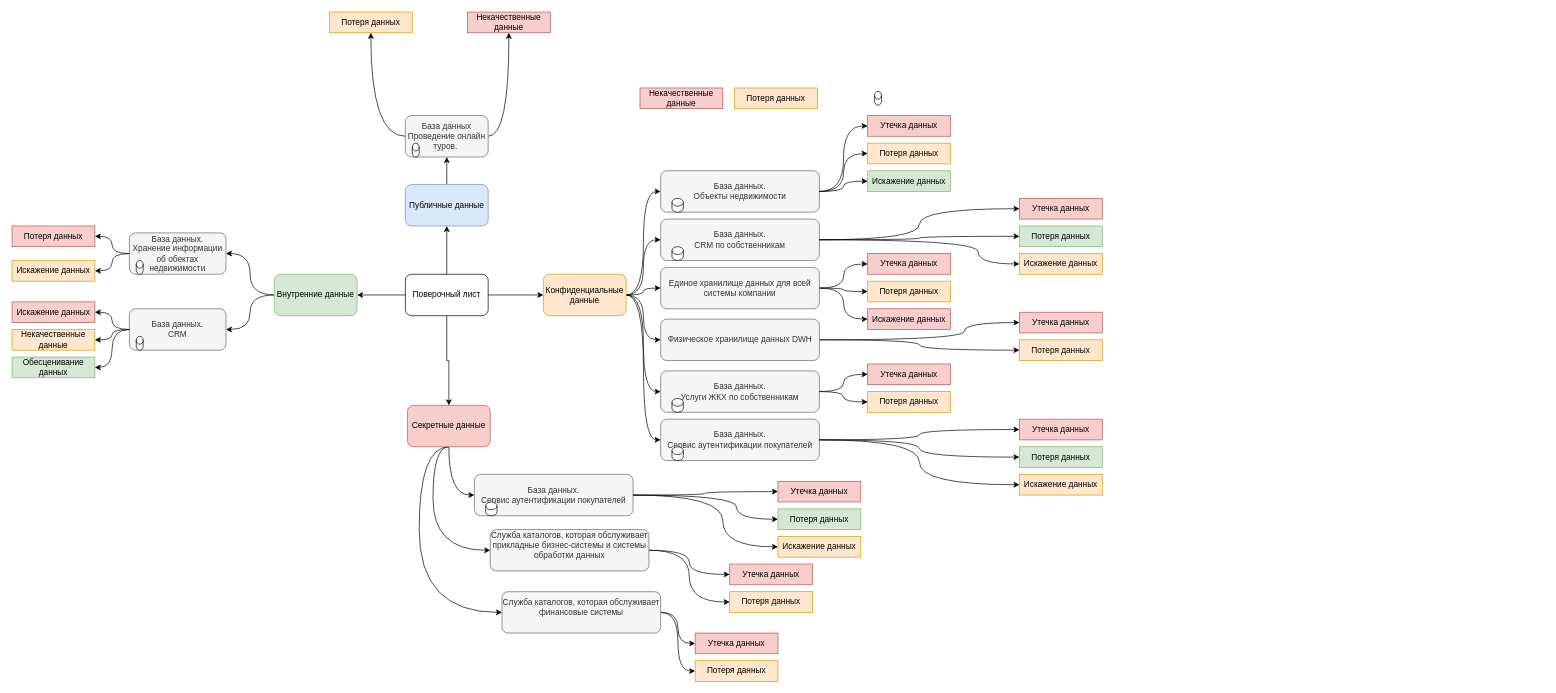
Earlier version of the draw.io diagram Task1/CheckUpList.drawio (sgladkovsky/architecture-propdevelopment). Source tidied: cells renumbered, new cells numbered last; positions are measured from the earlier drawing's top-left corner, leaving out a move shared by most shapes. Both pictures are drawn from the tidied source at 69%, with x=0, y=0 at pixel (12, 12).
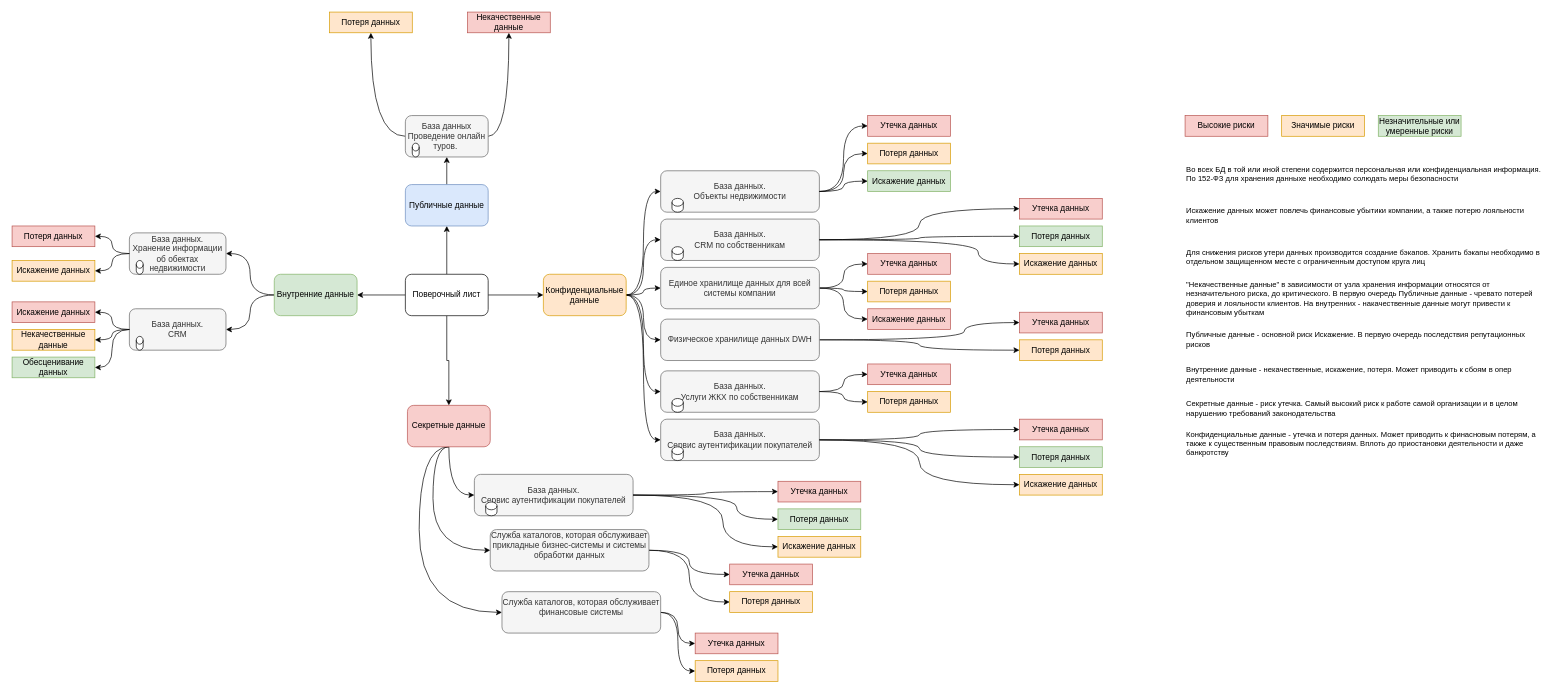
After the change.

Change to the diagram source:
```diff
@@
-    <mxCell id="25" style="shape=cylinder3;whiteSpace=wrap;html=1;boundedLbl=1;backgroundOutline=1;size=5.66668701171875;" parent="1" vertex="1">
-      <mxGeometry x="1250" y="115" width="10" height="20" as="geometry" />
-    </mxCell>
@@
-    <mxCell id="33" value="Потеря данных" style="rounded=0;whiteSpace=wrap;html=1;fillColor=#ffe6cc;strokeColor=#d79b00;" parent="1" vertex="1">
-      <mxGeometry x="1047" y="110" width="120" height="30" as="geometry" />
+    <mxCell id="33" value="Значимые риски" style="rounded=0;whiteSpace=wrap;html=1;fillColor=#ffe6cc;strokeColor=#d79b00;" parent="1" vertex="1">
+      <mxGeometry x="1840" y="150" width="120" height="30" as="geometry" />
     </mxCell>
@@
-    <mxCell id="35" value="Некачественные данные" style="rounded=0;whiteSpace=wrap;html=1;fillColor=#f8cecc;strokeColor=#b85450;" parent="1" vertex="1">
-      <mxGeometry x="910" y="110" width="120" height="30" as="geometry" />
+    <mxCell id="35" value="Высокие риски" style="rounded=0;whiteSpace=wrap;html=1;fillColor=#f8cecc;strokeColor=#b85450;" parent="1" vertex="1">
+      <mxGeometry x="1700" y="150" width="120" height="30" as="geometry" />
     </mxCell>
@@
+    <mxCell id="114" value="Незначительные или умеренные риски" style="rounded=0;whiteSpace=wrap;html=1;fillColor=#d5e8d4;strokeColor=#82b366;" parent="1" vertex="1">
+      <mxGeometry x="1980" y="150" width="120" height="30" as="geometry" />
+    </mxCell>
+    <mxCell id="115" value="Во всех БД в той или иной степени содержится персональная или конфиденциальная информация. По 152-ФЗ для хранения данныхе необходимо солюдать меры безопасности" style="text;html=1;align=left;verticalAlign=middle;whiteSpace=wrap;rounded=0;fontFamily=Helvetica;fontSize=11;fontColor=default;labelBackgroundColor=default;" parent="1" vertex="1">
+      <mxGeometry x="1700" y="220" width="520" height="30" as="geometry" />
+    </mxCell>
+    <mxCell id="116" value="Искажение данных может повлечь финансовые убытики компании, а также потерю лояльности клиентов" style="text;html=1;align=left;verticalAlign=middle;whiteSpace=wrap;rounded=0;fontFamily=Helvetica;fontSize=11;fontColor=default;labelBackgroundColor=default;" parent="1" vertex="1">
+      <mxGeometry x="1700" y="280" width="520" height="30" as="geometry" />
+    </mxCell>
+    <mxCell id="117" value="Для снижения рисков утери данных производится создание бэкапов. Хранить бэкапы необходимо в отдельном защищенном месте с ограниченным доступом круга лиц" style="text;html=1;align=left;verticalAlign=middle;whiteSpace=wrap;rounded=0;fontFamily=Helvetica;fontSize=11;fontColor=default;labelBackgroundColor=default;" parent="1" vertex="1">
+      <mxGeometry x="1700" y="340" width="520" height="30" as="geometry" />
+    </mxCell>
+    <mxCell id="118" value="&quot;Некачественные данные&quot; в зависимости от узла хранения информации относятся от незначительного риска, до критического. В первую очередь Публичные данные - чревато потерей доверия и лояльности клиентов. На внутренних - накачественные данные могут привести к финансовым убыткам" style="text;html=1;align=left;verticalAlign=middle;whiteSpace=wrap;rounded=0;fontFamily=Helvetica;fontSize=11;fontColor=default;labelBackgroundColor=default;" parent="1" vertex="1">
+      <mxGeometry x="1700" y="400" width="520" height="30" as="geometry" />
+    </mxCell>
+    <mxCell id="119" value="Публичные данные - основной риск Искажение. В первую очередь последствия репутационных рисков" style="text;html=1;align=left;verticalAlign=middle;whiteSpace=wrap;rounded=0;fontFamily=Helvetica;fontSize=11;fontColor=default;labelBackgroundColor=default;" parent="1" vertex="1">
+      <mxGeometry x="1700" y="460" width="520" height="30" as="geometry" />
+    </mxCell>
+    <mxCell id="120" value="Внутренние данные - некачественные, искажение, потеря. Может приводить к сбоям в опер деятельности" style="text;html=1;align=left;verticalAlign=middle;whiteSpace=wrap;rounded=0;fontFamily=Helvetica;fontSize=11;fontColor=default;labelBackgroundColor=default;" parent="1" vertex="1">
+      <mxGeometry x="1700" y="510" width="520" height="30" as="geometry" />
+    </mxCell>
+    <mxCell id="121" value="Секретные данные - риск утечка. Самый высокий риск к работе самой организации и в целом нарушению требований законодательства" style="text;html=1;align=left;verticalAlign=middle;whiteSpace=wrap;rounded=0;fontFamily=Helvetica;fontSize=11;fontColor=default;labelBackgroundColor=default;" parent="1" vertex="1">
+      <mxGeometry x="1700" y="560" width="520" height="30" as="geometry" />
+    </mxCell>
+    <mxCell id="122" value="Конфиденциальные данные - утечка и потеря данных. Может приводить к финасновым потерям, а также к существенным правовым последствиям. Вплоть до приостановки деятельности и даже банкротству" style="text;html=1;align=left;verticalAlign=middle;whiteSpace=wrap;rounded=0;fontFamily=Helvetica;fontSize=11;fontColor=default;labelBackgroundColor=default;" parent="1" vertex="1">
+      <mxGeometry x="1700" y="610" width="520" height="30" as="geometry" />
+    </mxCell>
```
